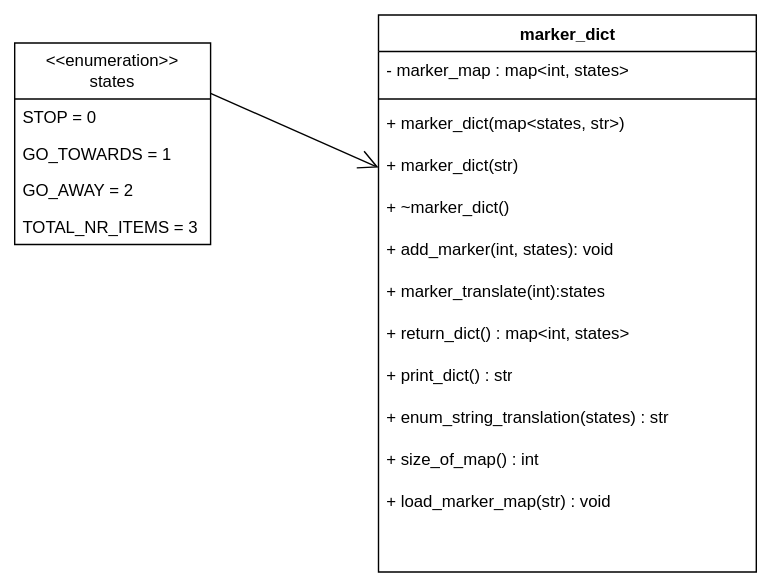
Before: marker_dict_class.drawio.svg, a diagram exported from draw.io (mxwlc/ee2project-2024-robot-power). Source tidied: cells renumbered, new cells last; positions are measured from the earlier drawing's top-left corner, leaving out a move shared by most shapes. Source of this version:
```xml
<mxGraphModel>
  <root>
    <mxCell id="0" />
    <mxCell id="1" parent="0" />
    <mxCell id="2" value="&lt;font face=&quot;Helvetica&quot;&gt;marker_dict&lt;/font&gt;" style="swimlane;html=1;fontStyle=1;align=center;verticalAlign=top;horizontal=1;startSize=26;swimlaneFillColor=#ffffff;rounded=0;shadow=0;comic=0;labelBackgroundColor=none;strokeWidth=1;fillColor=none;fontFamily=Verdana;fontSize=12;" parent="1" vertex="1">
      <mxGeometry x="260" width="270" height="398" as="geometry" />
    </mxCell>
    <mxCell id="3" value="- marker_map : map&amp;lt;int, states&amp;gt;" style="text;html=1;strokeColor=none;fillColor=none;align=left;verticalAlign=top;spacingLeft=4;spacingRight=4;whiteSpace=wrap;overflow=hidden;" parent="2" vertex="1">
      <mxGeometry y="26" width="270" height="30" as="geometry" />
    </mxCell>
    <mxCell id="4" style="line;html=1;strokeWidth=1;fillColor=none;align=left;verticalAlign=middle;spacingTop=-1;spacingLeft=3;spacingRight=3;labelPosition=right;" parent="2" vertex="1">
      <mxGeometry y="56" width="270" height="8" as="geometry" />
    </mxCell>
    <mxCell id="5" value="+ marker_dict(map&amp;lt;states, str&amp;gt;)" style="text;html=1;strokeColor=none;fillColor=none;align=left;verticalAlign=top;spacingLeft=4;spacingRight=4;whiteSpace=wrap;overflow=hidden;" parent="2" vertex="1">
      <mxGeometry y="64" width="270" height="30" as="geometry" />
    </mxCell>
    <mxCell id="6" value="+ marker_dict(str)" style="text;html=1;strokeColor=none;fillColor=none;align=left;verticalAlign=top;spacingLeft=4;spacingRight=4;whiteSpace=wrap;overflow=hidden;points=[[0,0.5],[1,0.5]];portConstraint=eastwest;" parent="2" vertex="1">
      <mxGeometry y="94" width="270" height="30" as="geometry" />
    </mxCell>
    <mxCell id="7" value="+ ~marker_dict()" style="text;html=1;strokeColor=none;fillColor=none;align=left;verticalAlign=top;spacingLeft=4;spacingRight=4;whiteSpace=wrap;overflow=hidden;" parent="2" vertex="1">
      <mxGeometry y="124" width="270" height="30" as="geometry" />
    </mxCell>
    <mxCell id="8" value="+ add_marker(int, states): void" style="text;html=1;strokeColor=none;fillColor=none;align=left;verticalAlign=top;spacingLeft=4;spacingRight=4;whiteSpace=wrap;overflow=hidden;" parent="2" vertex="1">
      <mxGeometry y="154" width="270" height="30" as="geometry" />
    </mxCell>
    <mxCell id="9" value="&lt;div&gt;+ marker_translate(int):states&lt;/div&gt;" style="text;html=1;strokeColor=none;fillColor=none;align=left;verticalAlign=top;spacingLeft=4;spacingRight=4;whiteSpace=wrap;overflow=hidden;" parent="2" vertex="1">
      <mxGeometry y="184" width="270" height="30" as="geometry" />
    </mxCell>
    <mxCell id="10" value="&lt;div&gt;+ return_dict() : map&amp;lt;int, states&amp;gt;&lt;/div&gt;" style="text;html=1;strokeColor=none;fillColor=none;align=left;verticalAlign=top;spacingLeft=4;spacingRight=4;whiteSpace=wrap;overflow=hidden;" parent="2" vertex="1">
      <mxGeometry y="214" width="270" height="30" as="geometry" />
    </mxCell>
    <mxCell id="11" value="&lt;div&gt;+ print_dict() : str&lt;/div&gt;&lt;div&gt;&lt;br&gt;&lt;/div&gt;" style="text;html=1;strokeColor=none;fillColor=none;align=left;verticalAlign=top;spacingLeft=4;spacingRight=4;whiteSpace=wrap;overflow=hidden;" parent="2" vertex="1">
      <mxGeometry y="244" width="270" height="30" as="geometry" />
    </mxCell>
    <mxCell id="12" value="+ enum_string_translation(states) : str" style="text;html=1;strokeColor=none;fillColor=none;align=left;verticalAlign=top;spacingLeft=4;spacingRight=4;whiteSpace=wrap;overflow=hidden;" parent="2" vertex="1">
      <mxGeometry y="274" width="270" height="30" as="geometry" />
    </mxCell>
    <mxCell id="13" value="+ size_of_map() : int" style="text;html=1;strokeColor=none;fillColor=none;align=left;verticalAlign=top;spacingLeft=4;spacingRight=4;whiteSpace=wrap;overflow=hidden;" parent="2" vertex="1">
      <mxGeometry y="304" width="270" height="30" as="geometry" />
    </mxCell>
    <mxCell id="14" value="+ load_marker_map(str) : void" style="text;html=1;strokeColor=none;fillColor=none;align=left;verticalAlign=top;spacingLeft=4;spacingRight=4;whiteSpace=wrap;overflow=hidden;" parent="2" vertex="1">
      <mxGeometry y="334" width="270" height="30" as="geometry" />
    </mxCell>
    <mxCell id="15" value="&lt;div&gt;&amp;lt;&amp;lt;enumeration&amp;gt;&amp;gt;&lt;/div&gt;&lt;div&gt;states&lt;br&gt;&lt;/div&gt;" style="swimlane;fontStyle=0;horizontal=1;startSize=40;fillColor=none;whiteSpace=wrap;html=1;" parent="1" vertex="1">
      <mxGeometry y="20" width="140" height="144" as="geometry" />
    </mxCell>
    <mxCell id="16" value="STOP = 0" style="text;strokeColor=none;fillColor=none;align=left;verticalAlign=top;spacingLeft=4;spacingRight=4;overflow=hidden;whiteSpace=wrap;html=1;" parent="15" vertex="1">
      <mxGeometry y="40" width="140" height="26" as="geometry" />
    </mxCell>
    <mxCell id="17" value="GO_TOWARDS = 1" style="text;strokeColor=none;fillColor=none;align=left;verticalAlign=top;spacingLeft=4;spacingRight=4;overflow=hidden;whiteSpace=wrap;html=1;" parent="15" vertex="1">
      <mxGeometry y="66" width="140" height="26" as="geometry" />
    </mxCell>
    <mxCell id="18" value="&lt;div&gt;GO_AWAY = 2&lt;/div&gt;" style="text;strokeColor=none;fillColor=none;align=left;verticalAlign=top;spacingLeft=4;spacingRight=4;overflow=hidden;whiteSpace=wrap;html=1;" parent="15" vertex="1">
      <mxGeometry y="92" width="140" height="26" as="geometry" />
    </mxCell>
    <mxCell id="19" value="TOTAL_NR_ITEMS = 3" style="text;strokeColor=none;fillColor=none;align=left;verticalAlign=top;spacingLeft=4;spacingRight=4;overflow=hidden;whiteSpace=wrap;html=1;" parent="15" vertex="1">
      <mxGeometry y="118" width="140" height="26" as="geometry" />
    </mxCell>
    <mxCell id="20" style="endArrow=open;endFill=1;endSize=12;html=1;rounded=0;exitX=1;exitY=0.25;exitDx=0;exitDy=0;entryX=0;entryY=0.5;entryDx=0;entryDy=0;" parent="1" edge="1" source="15" target="6">
      <mxGeometry relative="1" as="geometry" />
    </mxCell>
  </root>
</mxGraphModel>
```
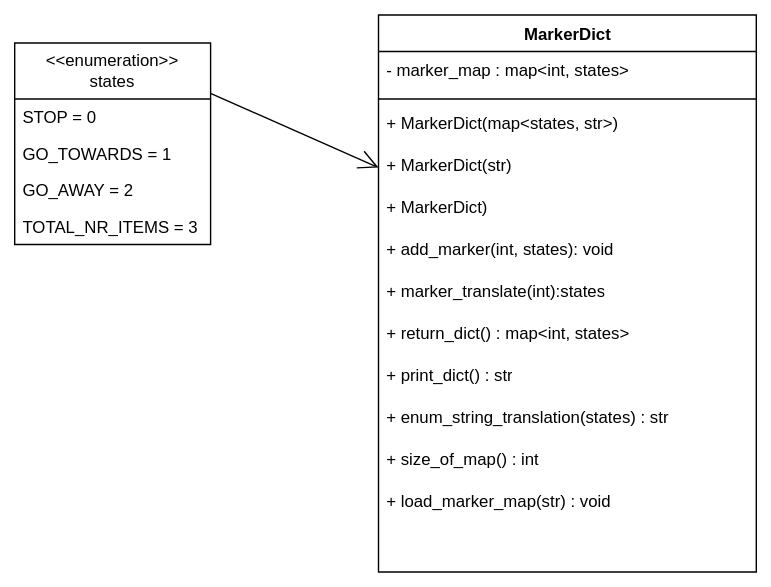
Later version of the same file.

What changed in the source:
```diff
@@ -2,7 +2,7 @@
   <root>
     <mxCell id="0" />
     <mxCell id="1" parent="0" />
-    <mxCell id="2" value="&lt;font face=&quot;Helvetica&quot;&gt;marker_dict&lt;/font&gt;" style="swimlane;html=1;fontStyle=1;align=center;verticalAlign=top;horizontal=1;startSize=26;swimlaneFillColor=#ffffff;rounded=0;shadow=0;comic=0;labelBackgroundColor=none;strokeWidth=1;fillColor=none;fontFamily=Verdana;fontSize=12;" parent="1" vertex="1">
+    <mxCell id="2" value="&lt;font face=&quot;Helvetica&quot;&gt;MarkerDict&lt;/font&gt;" style="swimlane;html=1;fontStyle=1;align=center;verticalAlign=top;horizontal=1;startSize=26;swimlaneFillColor=#ffffff;rounded=0;shadow=0;comic=0;labelBackgroundColor=none;strokeWidth=1;fillColor=none;fontFamily=Verdana;fontSize=12;" parent="1" vertex="1">
       <mxGeometry x="260" width="270" height="398" as="geometry" />
     </mxCell>
     <mxCell id="3" value="- marker_map : map&amp;lt;int, states&amp;gt;" style="text;html=1;strokeColor=none;fillColor=none;align=left;verticalAlign=top;spacingLeft=4;spacingRight=4;whiteSpace=wrap;overflow=hidden;" parent="2" vertex="1">
@@ -11,13 +11,13 @@
     <mxCell id="4" style="line;html=1;strokeWidth=1;fillColor=none;align=left;verticalAlign=middle;spacingTop=-1;spacingLeft=3;spacingRight=3;labelPosition=right;" parent="2" vertex="1">
       <mxGeometry y="56" width="270" height="8" as="geometry" />
     </mxCell>
-    <mxCell id="5" value="+ marker_dict(map&amp;lt;states, str&amp;gt;)" style="text;html=1;strokeColor=none;fillColor=none;align=left;verticalAlign=top;spacingLeft=4;spacingRight=4;whiteSpace=wrap;overflow=hidden;" parent="2" vertex="1">
+    <mxCell id="5" value="+ MarkerDict(map&amp;lt;states, str&amp;gt;)" style="text;html=1;strokeColor=none;fillColor=none;align=left;verticalAlign=top;spacingLeft=4;spacingRight=4;whiteSpace=wrap;overflow=hidden;" parent="2" vertex="1">
       <mxGeometry y="64" width="270" height="30" as="geometry" />
     </mxCell>
-    <mxCell id="6" value="+ marker_dict(str)" style="text;html=1;strokeColor=none;fillColor=none;align=left;verticalAlign=top;spacingLeft=4;spacingRight=4;whiteSpace=wrap;overflow=hidden;points=[[0,0.5],[1,0.5]];portConstraint=eastwest;" parent="2" vertex="1">
+    <mxCell id="6" value="+ MarkerDict(str)" style="text;html=1;strokeColor=none;fillColor=none;align=left;verticalAlign=top;spacingLeft=4;spacingRight=4;whiteSpace=wrap;overflow=hidden;points=[[0,0.5],[1,0.5]];portConstraint=eastwest;" parent="2" vertex="1">
       <mxGeometry y="94" width="270" height="30" as="geometry" />
     </mxCell>
-    <mxCell id="7" value="+ ~marker_dict()" style="text;html=1;strokeColor=none;fillColor=none;align=left;verticalAlign=top;spacingLeft=4;spacingRight=4;whiteSpace=wrap;overflow=hidden;" parent="2" vertex="1">
+    <mxCell id="7" value="+ MarkerDict)" style="text;html=1;strokeColor=none;fillColor=none;align=left;verticalAlign=top;spacingLeft=4;spacingRight=4;whiteSpace=wrap;overflow=hidden;" parent="2" vertex="1">
       <mxGeometry y="124" width="270" height="30" as="geometry" />
     </mxCell>
     <mxCell id="8" value="+ add_marker(int, states): void" style="text;html=1;strokeColor=none;fillColor=none;align=left;verticalAlign=top;spacingLeft=4;spacingRight=4;whiteSpace=wrap;overflow=hidden;" parent="2" vertex="1">
```
